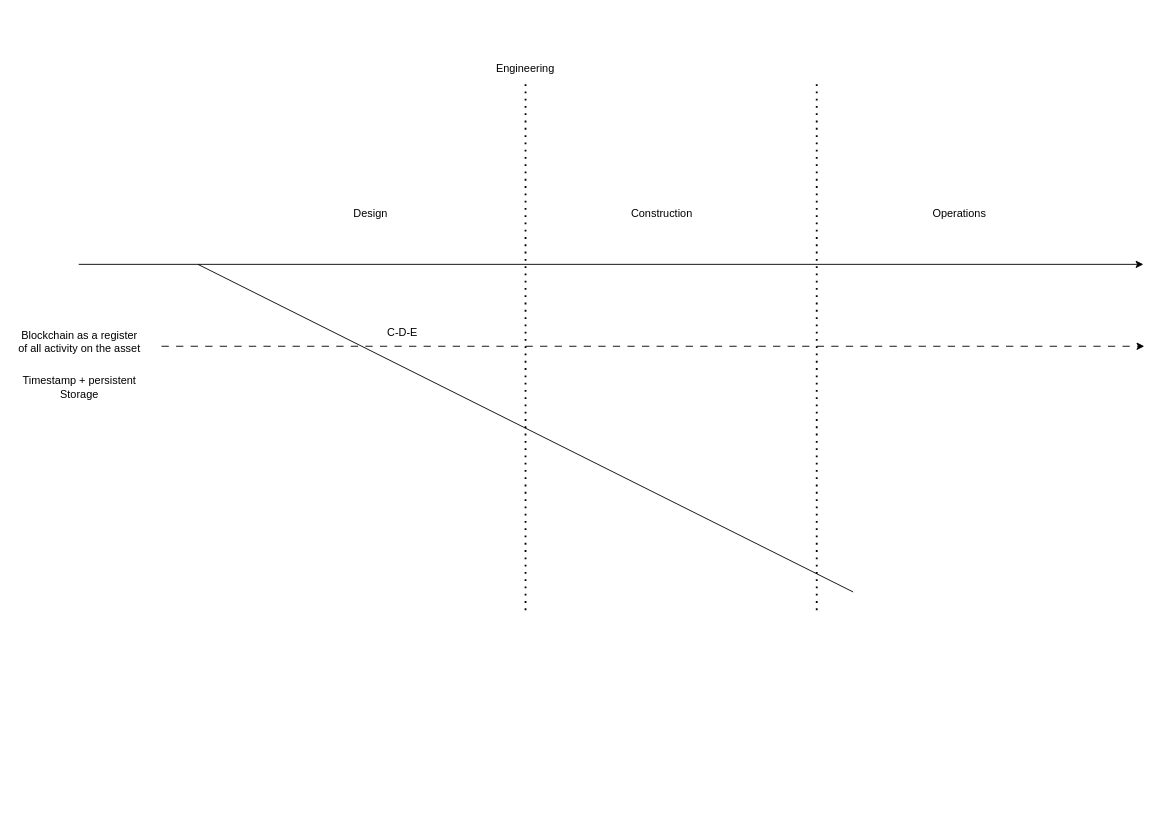
Earlier version of the draw.io diagram BC_backbone_in_AEC.drawio (arlav/BC-in-AEC-process_diagrams). Source tidied: cells renumbered, new cells numbered last; positions are measured from the earlier drawing's top-left corner, leaving out a move shared by most shapes. Both pictures are drawn from the tidied source at 91%, with x=0, y=0 at pixel (15, 55).
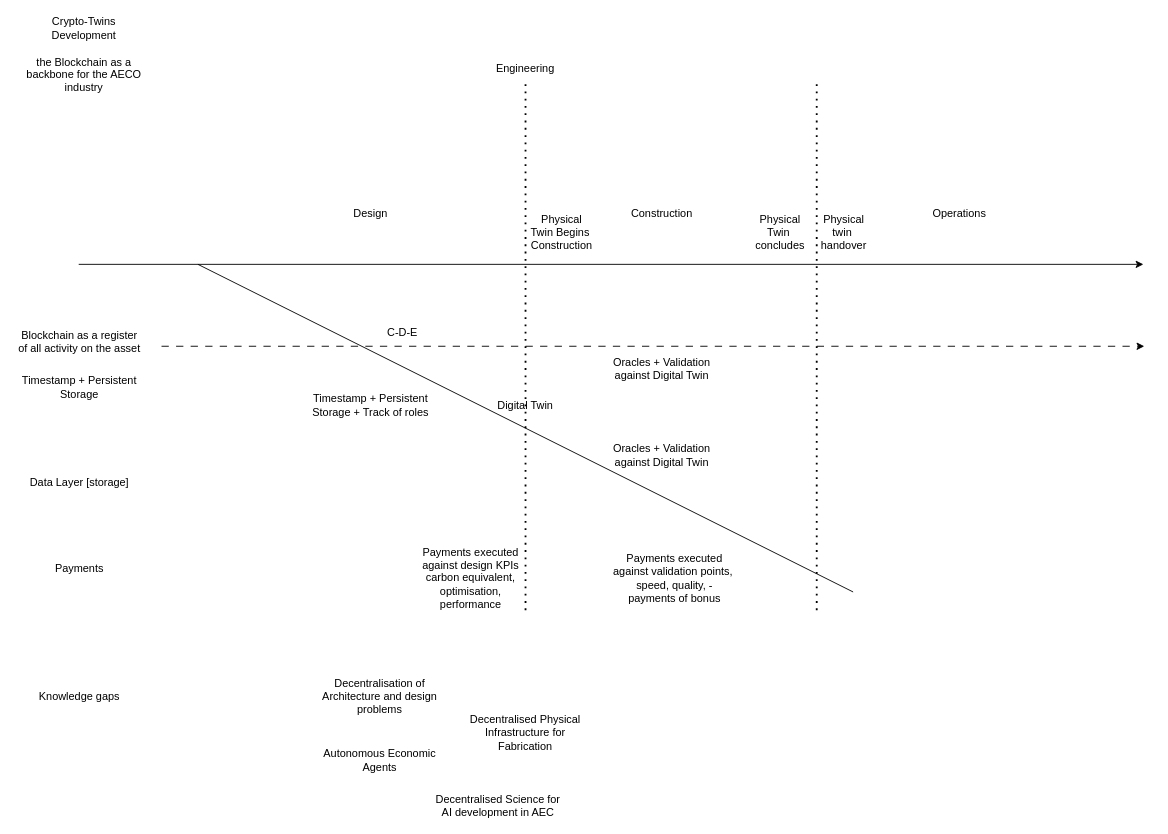
After the change.

The edit, as a diff of the source:
```diff
@@
-    <mxCell id="13" value="Timestamp + persistent Storage" style="text;html=1;align=center;verticalAlign=middle;whiteSpace=wrap;rounded=0;" parent="1" vertex="1">
+    <mxCell id="13" value="Timestamp + Persistent Storage" style="text;html=1;align=center;verticalAlign=middle;whiteSpace=wrap;rounded=0;" parent="1" vertex="1">
       <mxGeometry y="350" width="140" height="30" as="geometry" />
     </mxCell>
+    <mxCell id="14" value="Timestamp + Persistent Storage + Track of roles" style="text;html=1;align=center;verticalAlign=middle;whiteSpace=wrap;rounded=0;" parent="1" vertex="1">
+      <mxGeometry x="320" y="370" width="140" height="30" as="geometry" />
+    </mxCell>
+    <mxCell id="15" value="Oracles + Validation against Digital Twin" style="text;html=1;align=center;verticalAlign=middle;whiteSpace=wrap;rounded=0;" parent="1" vertex="1">
+      <mxGeometry x="640" y="330" width="140" height="30" as="geometry" />
+    </mxCell>
+    <mxCell id="16" value="Digital Twin" style="text;html=1;align=center;verticalAlign=middle;whiteSpace=wrap;rounded=0;" parent="1" vertex="1">
+      <mxGeometry x="490" y="370" width="140" height="30" as="geometry" />
+    </mxCell>
+    <mxCell id="17" value="Physical&lt;div&gt;Twin Begins&amp;nbsp;&lt;/div&gt;&lt;div&gt;Construction&lt;/div&gt;" style="text;html=1;align=center;verticalAlign=middle;whiteSpace=wrap;rounded=0;" parent="1" vertex="1">
+      <mxGeometry x="530" y="180" width="140" height="30" as="geometry" />
+    </mxCell>
+    <mxCell id="18" value="Oracles + Validation against Digital Twin" style="text;html=1;align=center;verticalAlign=middle;whiteSpace=wrap;rounded=0;" parent="1" vertex="1">
+      <mxGeometry x="640" y="425" width="140" height="30" as="geometry" />
+    </mxCell>
+    <mxCell id="19" value="Data Layer [storage]" style="text;html=1;align=center;verticalAlign=middle;whiteSpace=wrap;rounded=0;" parent="1" vertex="1">
+      <mxGeometry y="455" width="140" height="30" as="geometry" />
+    </mxCell>
+    <mxCell id="20" value="Payments" style="text;html=1;align=center;verticalAlign=middle;whiteSpace=wrap;rounded=0;" parent="1" vertex="1">
+      <mxGeometry y="550" width="140" height="30" as="geometry" />
+    </mxCell>
+    <mxCell id="21" value="Payments executed&lt;div&gt;against design KPIs&lt;/div&gt;&lt;div&gt;carbon equivalent, optimisation, performance&lt;/div&gt;" style="text;html=1;align=center;verticalAlign=middle;whiteSpace=wrap;rounded=0;" parent="1" vertex="1">
+      <mxGeometry x="430" y="560" width="140" height="30" as="geometry" />
+    </mxCell>
+    <mxCell id="22" value="Payments executed against validation points,&amp;nbsp;&lt;div&gt;speed, quality, - payments of bonus&lt;/div&gt;" style="text;html=1;align=center;verticalAlign=middle;whiteSpace=wrap;rounded=0;" parent="1" vertex="1">
+      <mxGeometry x="654" y="560" width="140" height="30" as="geometry" />
+    </mxCell>
+    <mxCell id="23" value="Physical&lt;div&gt;Twin&amp;nbsp;&lt;/div&gt;&lt;div&gt;concludes&lt;/div&gt;" style="text;html=1;align=center;verticalAlign=middle;whiteSpace=wrap;rounded=0;" parent="1" vertex="1">
+      <mxGeometry x="770" y="180" width="140" height="30" as="geometry" />
+    </mxCell>
+    <mxCell id="24" value="Physical&lt;div&gt;twin&amp;nbsp;&lt;/div&gt;&lt;div&gt;handover&lt;/div&gt;" style="text;html=1;align=center;verticalAlign=middle;whiteSpace=wrap;rounded=0;" parent="1" vertex="1">
+      <mxGeometry x="840" y="180" width="140" height="30" as="geometry" />
+    </mxCell>
+    <mxCell id="25" value="Crypto-Twins Development&lt;div&gt;&lt;br&gt;&lt;/div&gt;&lt;div&gt;the Blockchain as a backbone for the AECO industry&lt;/div&gt;" style="text;html=1;align=center;verticalAlign=middle;whiteSpace=wrap;rounded=0;" parent="1" vertex="1">
+      <mxGeometry x="10" y="-40" width="130" height="80" as="geometry" />
+    </mxCell>
+    <mxCell id="26" value="Decentralisation of Architecture and design problems" style="text;html=1;align=center;verticalAlign=middle;whiteSpace=wrap;rounded=0;" parent="1" vertex="1">
+      <mxGeometry x="330" y="690" width="140" height="30" as="geometry" />
+    </mxCell>
+    <mxCell id="27" value="Knowledge gaps" style="text;html=1;align=center;verticalAlign=middle;whiteSpace=wrap;rounded=0;" parent="1" vertex="1">
+      <mxGeometry y="690" width="140" height="30" as="geometry" />
+    </mxCell>
+    <mxCell id="28" value="Autonomous Economic Agents" style="text;html=1;align=center;verticalAlign=middle;whiteSpace=wrap;rounded=0;" parent="1" vertex="1">
+      <mxGeometry x="330" y="760" width="140" height="30" as="geometry" />
+    </mxCell>
+    <mxCell id="29" value="Decentralised Physical Infrastructure for Fabrication" style="text;html=1;align=center;verticalAlign=middle;whiteSpace=wrap;rounded=0;" parent="1" vertex="1">
+      <mxGeometry x="490" y="730" width="140" height="30" as="geometry" />
+    </mxCell>
+    <mxCell id="30" value="Decentralised Science for AI development in AEC" style="text;html=1;align=center;verticalAlign=middle;whiteSpace=wrap;rounded=0;" parent="1" vertex="1">
+      <mxGeometry x="460" y="810" width="140" height="30" as="geometry" />
+    </mxCell>
```
